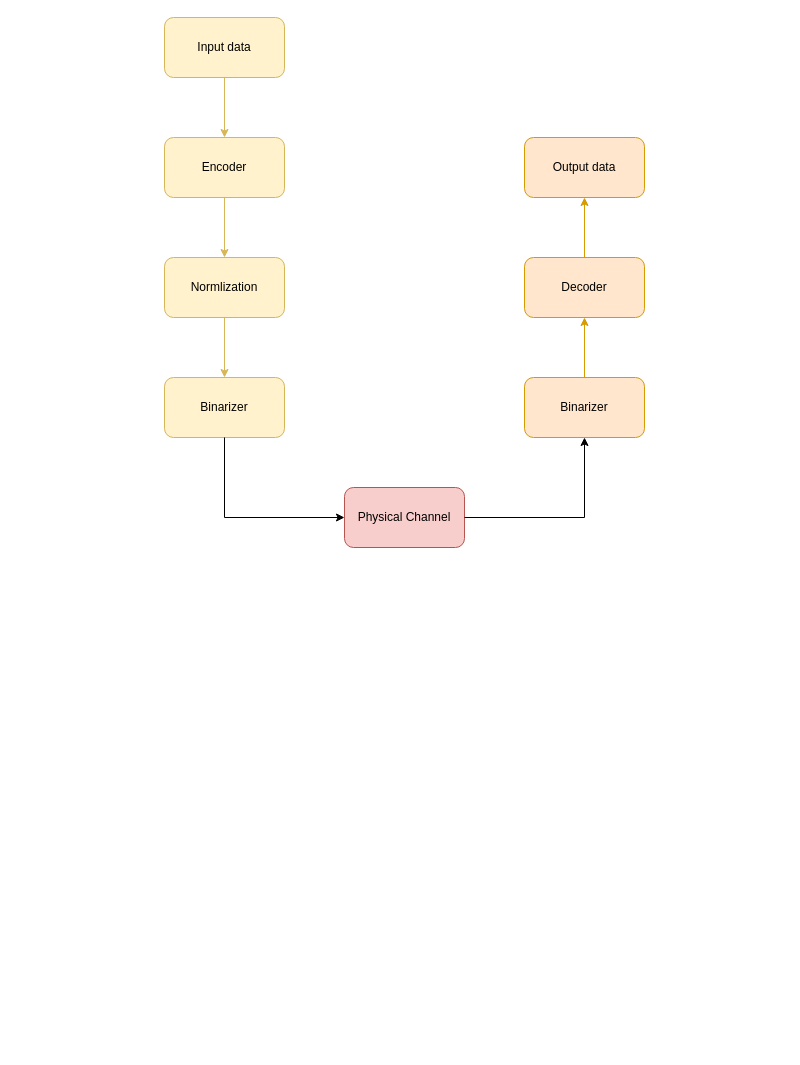
Before: eric Diagram.drawio in eric693/helloworld, a draw.io diagram. Source tidied: cells renumbered, new cells numbered last; positions are measured from the earlier drawing's top-left corner, leaving out a move shared by most shapes. Both pictures are drawn from the tidied source at 100%, with x=0, y=0 at pixel (164, 17).
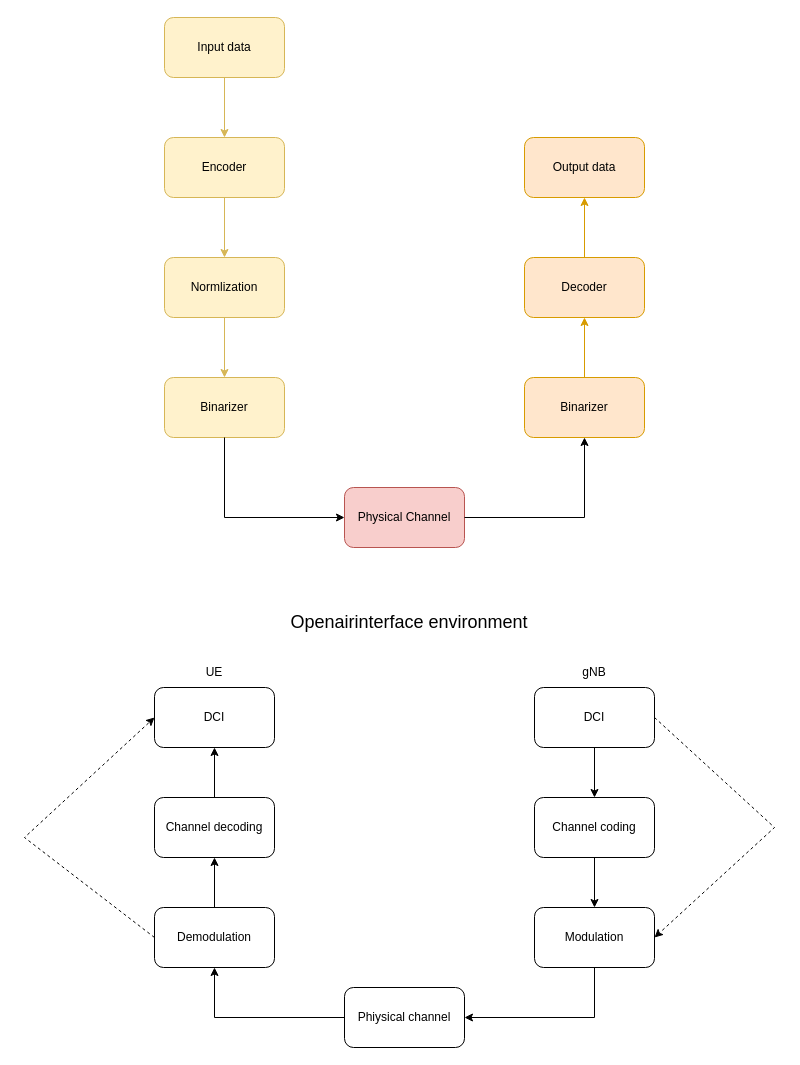
After the change.

Diff of the diagram source:
```diff
@@
+    <mxCell id="19" value="DCI" style="rounded=1;whiteSpace=wrap;html=1;" parent="1" vertex="1">
+      <mxGeometry x="-10" y="670" width="120" height="60" as="geometry" />
+    </mxCell>
+    <mxCell id="20" style="edgeStyle=orthogonalEdgeStyle;rounded=0;jettySize=auto;html=1;" parent="1" edge="1" source="21" target="23">
+      <mxGeometry relative="1" as="geometry" />
+    </mxCell>
+    <mxCell id="21" value="DCI" style="rounded=1;whiteSpace=wrap;html=1;" parent="1" vertex="1">
+      <mxGeometry x="370" y="670" width="120" height="60" as="geometry" />
+    </mxCell>
+    <mxCell id="22" style="edgeStyle=orthogonalEdgeStyle;rounded=0;jettySize=auto;html=1;" parent="1" edge="1" source="23" target="24">
+      <mxGeometry relative="1" as="geometry" />
+    </mxCell>
+    <mxCell id="23" value="Channel coding" style="rounded=1;whiteSpace=wrap;html=1;" parent="1" vertex="1">
+      <mxGeometry x="370" y="780" width="120" height="60" as="geometry" />
+    </mxCell>
+    <mxCell id="24" value="Modulation" style="rounded=1;whiteSpace=wrap;html=1;" parent="1" vertex="1">
+      <mxGeometry x="370" y="890" width="120" height="60" as="geometry" />
+    </mxCell>
+    <mxCell id="25" value="Phiysical channel" style="rounded=1;whiteSpace=wrap;html=1;" parent="1" vertex="1">
+      <mxGeometry x="180" y="970" width="120" height="60" as="geometry" />
+    </mxCell>
+    <mxCell id="26" style="endArrow=none;html=1;rounded=0;entryX=0.5;entryY=1;entryDx=0;entryDy=0;" parent="1" edge="1" target="24">
+      <mxGeometry relative="1" as="geometry">
+        <mxPoint x="430" y="1000" as="sourcePoint" />
+      </mxGeometry>
+    </mxCell>
+    <mxCell id="27" style="endArrow=classic;html=1;rounded=0;entryX=1;entryY=0.5;entryDx=0;entryDy=0;" parent="1" edge="1" target="25">
+      <mxGeometry relative="1" as="geometry">
+        <mxPoint x="430" y="1000" as="sourcePoint" />
+      </mxGeometry>
+    </mxCell>
+    <mxCell id="28" style="edgeStyle=orthogonalEdgeStyle;rounded=0;jettySize=auto;html=1;" parent="1" edge="1" source="29" target="33">
+      <mxGeometry relative="1" as="geometry" />
+    </mxCell>
+    <mxCell id="29" value="Demodulation" style="rounded=1;whiteSpace=wrap;html=1;" parent="1" vertex="1">
+      <mxGeometry x="-10" y="890" width="120" height="60" as="geometry" />
+    </mxCell>
+    <mxCell id="30" value="gNB" style="text;html=1;strokeColor=none;fillColor=none;align=center;verticalAlign=middle;whiteSpace=wrap;rounded=0;" parent="1" vertex="1">
+      <mxGeometry x="400" y="640" width="60" height="30" as="geometry" />
+    </mxCell>
+    <mxCell id="31" value="UE" style="text;html=1;strokeColor=none;fillColor=none;align=center;verticalAlign=middle;whiteSpace=wrap;rounded=0;" parent="1" vertex="1">
+      <mxGeometry x="20" y="640" width="60" height="30" as="geometry" />
+    </mxCell>
+    <mxCell id="32" style="edgeStyle=orthogonalEdgeStyle;rounded=0;jettySize=auto;html=1;" parent="1" edge="1" source="33" target="19">
+      <mxGeometry relative="1" as="geometry" />
+    </mxCell>
+    <mxCell id="33" value="Channel decoding" style="rounded=1;whiteSpace=wrap;html=1;" parent="1" vertex="1">
+      <mxGeometry x="-10" y="780" width="120" height="60" as="geometry" />
+    </mxCell>
+    <mxCell id="34" style="endArrow=none;html=1;rounded=0;entryX=0;entryY=0.5;entryDx=0;entryDy=0;" parent="1" edge="1" target="25">
+      <mxGeometry relative="1" as="geometry">
+        <mxPoint x="50" y="1000" as="sourcePoint" />
+      </mxGeometry>
+    </mxCell>
+    <mxCell id="35" style="endArrow=classic;html=1;rounded=0;entryX=0.5;entryY=1;entryDx=0;entryDy=0;" parent="1" edge="1" target="29">
+      <mxGeometry relative="1" as="geometry">
+        <mxPoint x="50" y="1000" as="sourcePoint" />
+      </mxGeometry>
+    </mxCell>
+    <mxCell id="36" style="endArrow=classic;html=1;rounded=0;exitX=0;exitY=0.5;exitDx=0;exitDy=0;entryX=0;entryY=0.5;entryDx=0;entryDy=0;dashed=1;" parent="1" edge="1" source="29" target="19">
+      <mxGeometry relative="1" as="geometry">
+        <Array as="points">
+          <mxPoint x="-140" y="820" />
+        </Array>
+      </mxGeometry>
+    </mxCell>
+    <mxCell id="37" style="endArrow=classic;html=1;rounded=0;entryX=1;entryY=0.5;entryDx=0;entryDy=0;exitX=1;exitY=0.5;exitDx=0;exitDy=0;dashed=1;" parent="1" edge="1" source="21" target="24">
+      <mxGeometry relative="1" as="geometry">
+        <Array as="points">
+          <mxPoint x="610" y="810" />
+        </Array>
+      </mxGeometry>
+    </mxCell>
+    <mxCell id="38" value="&lt;font style=&quot;font-size: 18px;&quot;&gt;Openairinterface environment&lt;/font&gt;" style="text;html=1;strokeColor=none;fillColor=none;align=center;verticalAlign=middle;whiteSpace=wrap;rounded=0;" parent="1" vertex="1">
+      <mxGeometry x="110" y="590" width="270" height="30" as="geometry" />
+    </mxCell>
```
